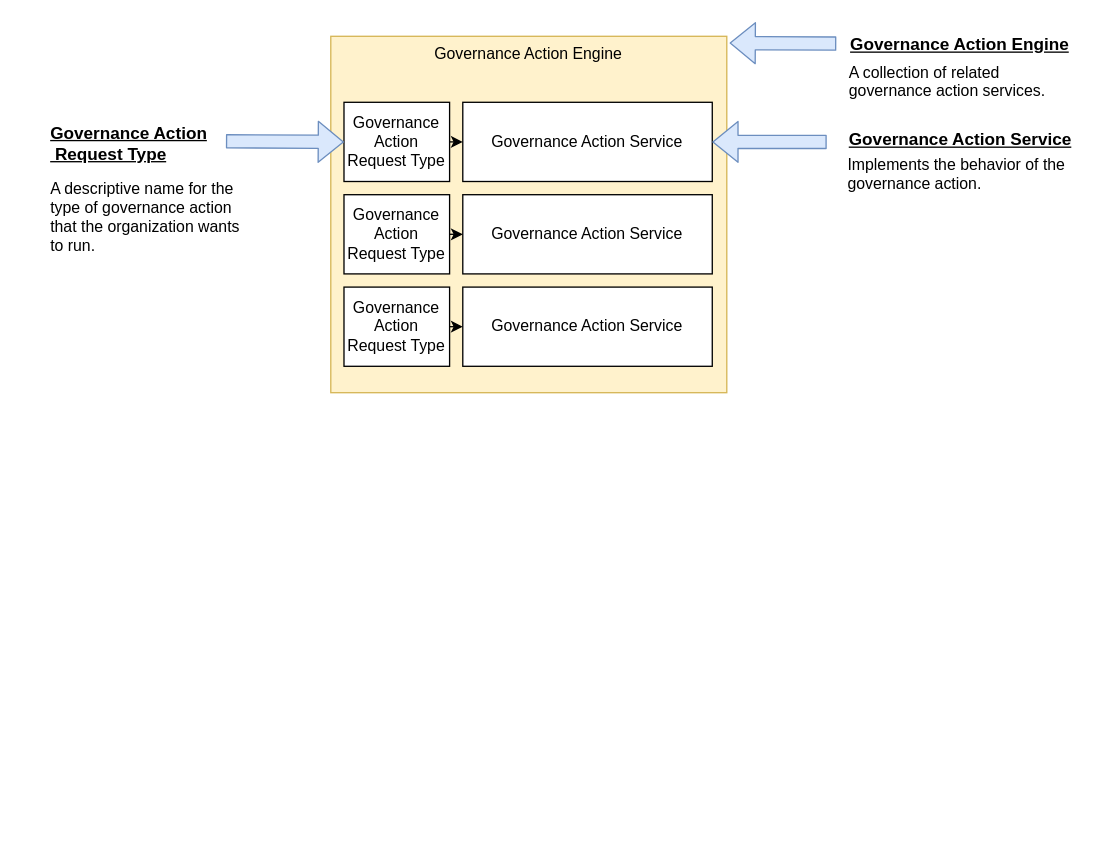
Before: page "request-type" (1 of 6) of site/docs/frameworks/gaf/governance-action-framework.drawio in odpi/egeria-docs, a draw.io diagram. Source tidied: cells renumbered, new cells numbered last; positions are measured from the earlier drawing's top-left corner, leaving out a move shared by most shapes. Both pictures are drawn from the tidied source at 132%, with x=0, y=0 at pixel (36, 30).
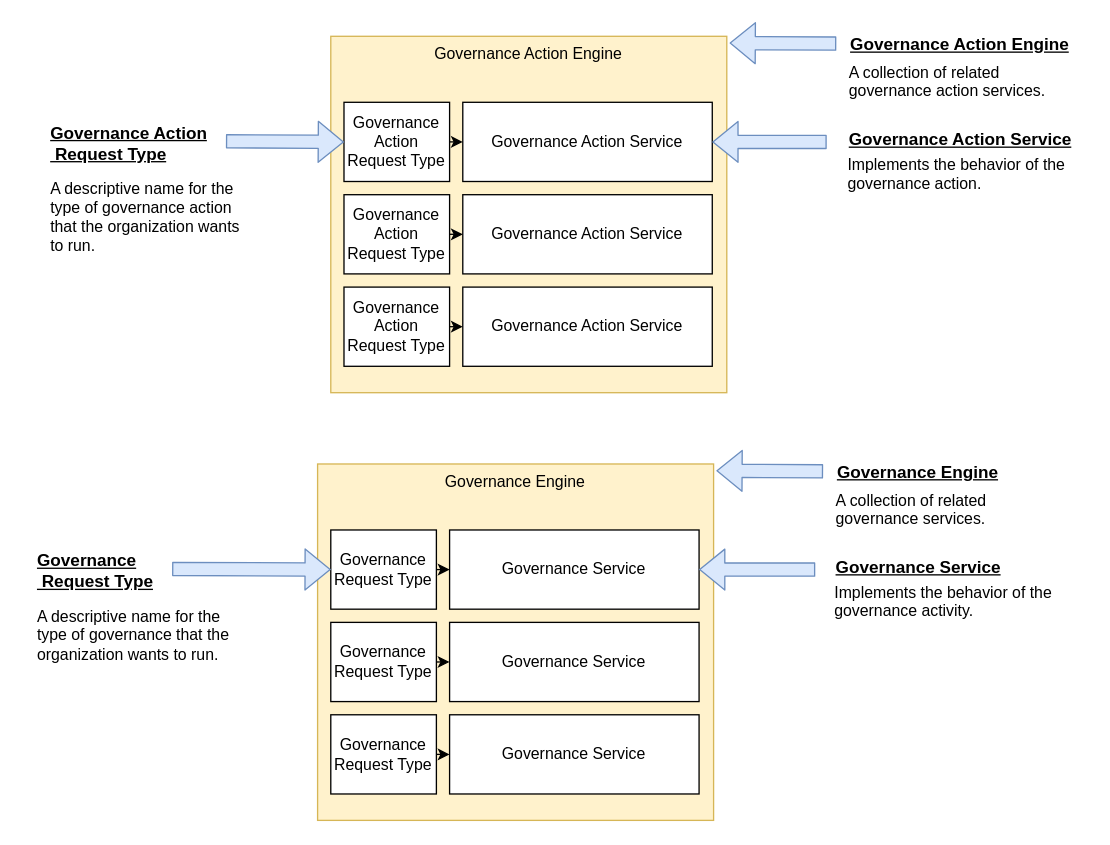
The same diagram, later.

Change to the diagram source:
```diff
@@
+    <mxCell id="21" value="Governance Engine" style="rounded=0;whiteSpace=wrap;html=1;verticalAlign=top;fillColor=#fff2cc;strokeColor=#d6b656;" parent="1" vertex="1">
+      <mxGeometry x="213.1" y="328" width="300" height="270" as="geometry" />
+    </mxCell>
+    <mxCell id="22" value="Governance Service" style="rounded=0;whiteSpace=wrap;html=1;" parent="1" vertex="1">
+      <mxGeometry x="313.1" y="378" width="189" height="60" as="geometry" />
+    </mxCell>
+    <mxCell id="23" value="A collection of related&lt;br&gt;governance services." style="text;html=1;align=left;verticalAlign=top;spacingTop=0;spacingLeft=9;" parent="1" vertex="1">
+      <mxGeometry x="595.1" y="342" width="140" height="30" as="geometry" />
+    </mxCell>
+    <mxCell id="24" value="Implements the behavior of the&lt;br&gt;governance activity.&amp;nbsp;" style="text;html=1;align=left;verticalAlign=top;spacingTop=0;spacingLeft=9;" parent="1" vertex="1">
+      <mxGeometry x="594.1" y="412" width="190" height="30" as="geometry" />
+    </mxCell>
+    <mxCell id="25" style="shape=flexArrow;endArrow=classic;html=1;fillColor=#dae8fc;fontSize=13;strokeColor=#6c8ebf;entryX=1.007;entryY=0.019;entryDx=0;entryDy=0;entryPerimeter=0;" parent="1" edge="1" source="27" target="21">
+      <mxGeometry relative="1" as="geometry" />
+    </mxCell>
+    <mxCell id="26" style="shape=flexArrow;endArrow=classic;html=1;fillColor=#dae8fc;fontSize=13;entryX=1;entryY=0.5;entryDx=0;entryDy=0;exitX=-0.033;exitY=0.6;exitDx=0;exitDy=0;exitPerimeter=0;strokeColor=#6c8ebf;" parent="1" edge="1" source="28" target="22">
+      <mxGeometry relative="1" as="geometry" />
+    </mxCell>
+    <mxCell id="27" value="Governance Engine" style="text;html=1;points=[];align=left;verticalAlign=top;spacingTop=-4;fontSize=13;fontStyle=5;spacingLeft=9;" parent="1" vertex="1">
+      <mxGeometry x="596.1" y="324" width="150" height="20" as="geometry" />
+    </mxCell>
+    <mxCell id="28" value="Governance Service" style="text;html=1;points=[];align=left;verticalAlign=top;spacingTop=-4;fontSize=13;fontStyle=5;spacingLeft=9;" parent="1" vertex="1">
+      <mxGeometry x="595.1" y="396" width="150" height="20" as="geometry" />
+    </mxCell>
+    <mxCell id="29" style="edgeStyle=orthogonalEdgeStyle;rounded=0;jettySize=auto;html=1;exitX=1;exitY=0.5;exitDx=0;exitDy=0;entryX=0;entryY=0.5;entryDx=0;entryDy=0;startArrow=none;startFill=0;endArrow=classic;endFill=1;fontColor=#000000;" parent="1" edge="1" source="30" target="22">
+      <mxGeometry relative="1" as="geometry" />
+    </mxCell>
+    <mxCell id="30" value="Governance&lt;br&gt;Request Type" style="rounded=0;whiteSpace=wrap;html=1;align=center;" parent="1" vertex="1">
+      <mxGeometry x="223.1" y="378" width="80" height="60" as="geometry" />
+    </mxCell>
+    <mxCell id="31" value="A descriptive name for the&lt;br&gt;type of governance that the &lt;br&gt;organization wants to run." style="text;html=1;align=left;verticalAlign=top;spacingTop=0;spacingLeft=9;" parent="1" vertex="1">
+      <mxGeometry x="-10" y="430" width="170" height="50" as="geometry" />
+    </mxCell>
+    <mxCell id="32" style="shape=flexArrow;endArrow=classic;html=1;fillColor=#dae8fc;fontSize=13;strokeColor=#6c8ebf;exitX=1.026;exitY=0.55;exitDx=0;exitDy=0;exitPerimeter=0;entryX=0;entryY=0.5;entryDx=0;entryDy=0;" parent="1" edge="1" source="33" target="30">
+      <mxGeometry relative="1" as="geometry" />
+    </mxCell>
+    <mxCell id="33" value="Governance&lt;br&gt;&amp;nbsp;Request Type" style="text;html=1;points=[];align=left;verticalAlign=top;spacingTop=-4;fontSize=13;fontStyle=5;spacingLeft=9;" parent="1" vertex="1">
+      <mxGeometry x="-10" y="391" width="110" height="30" as="geometry" />
+    </mxCell>
+    <mxCell id="34" value="Governance Service" style="rounded=0;whiteSpace=wrap;html=1;" parent="1" vertex="1">
+      <mxGeometry x="313.1" y="448" width="189" height="60" as="geometry" />
+    </mxCell>
+    <mxCell id="35" style="edgeStyle=orthogonalEdgeStyle;rounded=0;jettySize=auto;html=1;exitX=1;exitY=0.5;exitDx=0;exitDy=0;entryX=0;entryY=0.5;entryDx=0;entryDy=0;startArrow=none;startFill=0;endArrow=classic;endFill=1;fontColor=#000000;" parent="1" edge="1" source="36" target="34">
+      <mxGeometry relative="1" as="geometry" />
+    </mxCell>
+    <mxCell id="36" value="Governance&lt;br&gt;Request Type" style="rounded=0;whiteSpace=wrap;html=1;align=center;" parent="1" vertex="1">
+      <mxGeometry x="223.1" y="448" width="80" height="60" as="geometry" />
+    </mxCell>
+    <mxCell id="37" value="Governance Service" style="rounded=0;whiteSpace=wrap;html=1;" parent="1" vertex="1">
+      <mxGeometry x="313.1" y="518" width="189" height="60" as="geometry" />
+    </mxCell>
+    <mxCell id="38" style="edgeStyle=orthogonalEdgeStyle;rounded=0;jettySize=auto;html=1;exitX=1;exitY=0.5;exitDx=0;exitDy=0;entryX=0;entryY=0.5;entryDx=0;entryDy=0;startArrow=none;startFill=0;endArrow=classic;endFill=1;fontColor=#000000;" parent="1" edge="1" source="39" target="37">
+      <mxGeometry relative="1" as="geometry" />
+    </mxCell>
+    <mxCell id="39" value="Governance&lt;br&gt;Request Type" style="rounded=0;whiteSpace=wrap;html=1;align=center;" parent="1" vertex="1">
+      <mxGeometry x="223.1" y="518" width="80" height="60" as="geometry" />
+    </mxCell>
```
